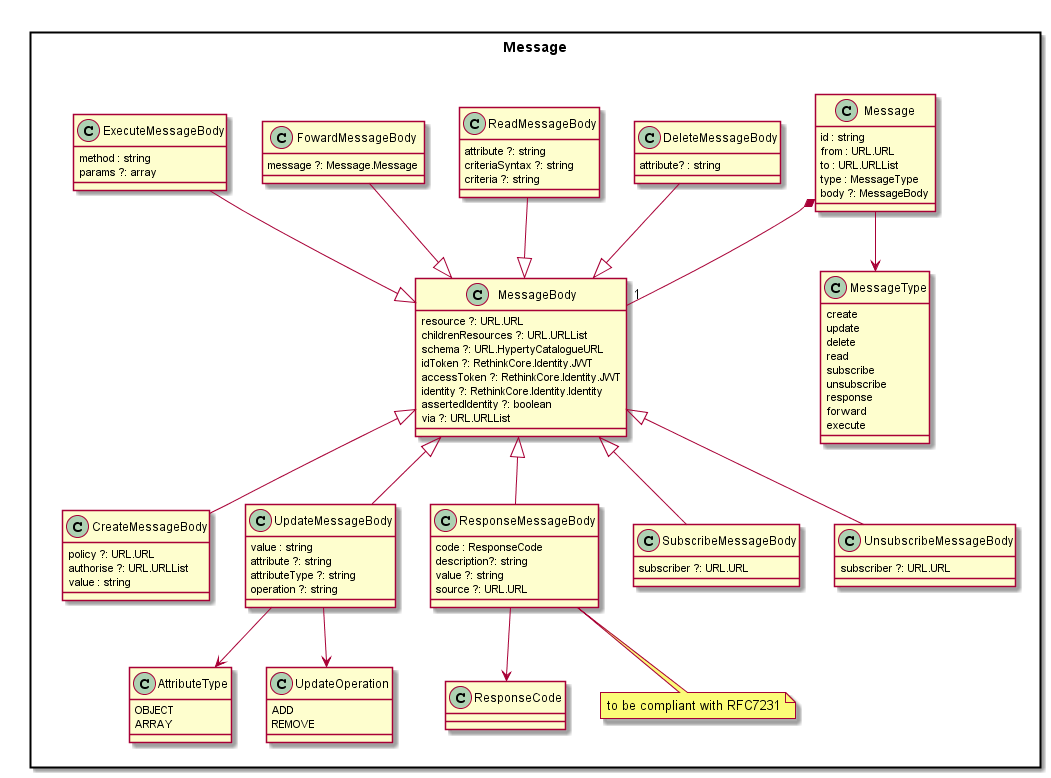
Above: docs/datamodel/Message-Data-Model.png in reTHINK-project/dev-service-framework (PlantUML), before the change.
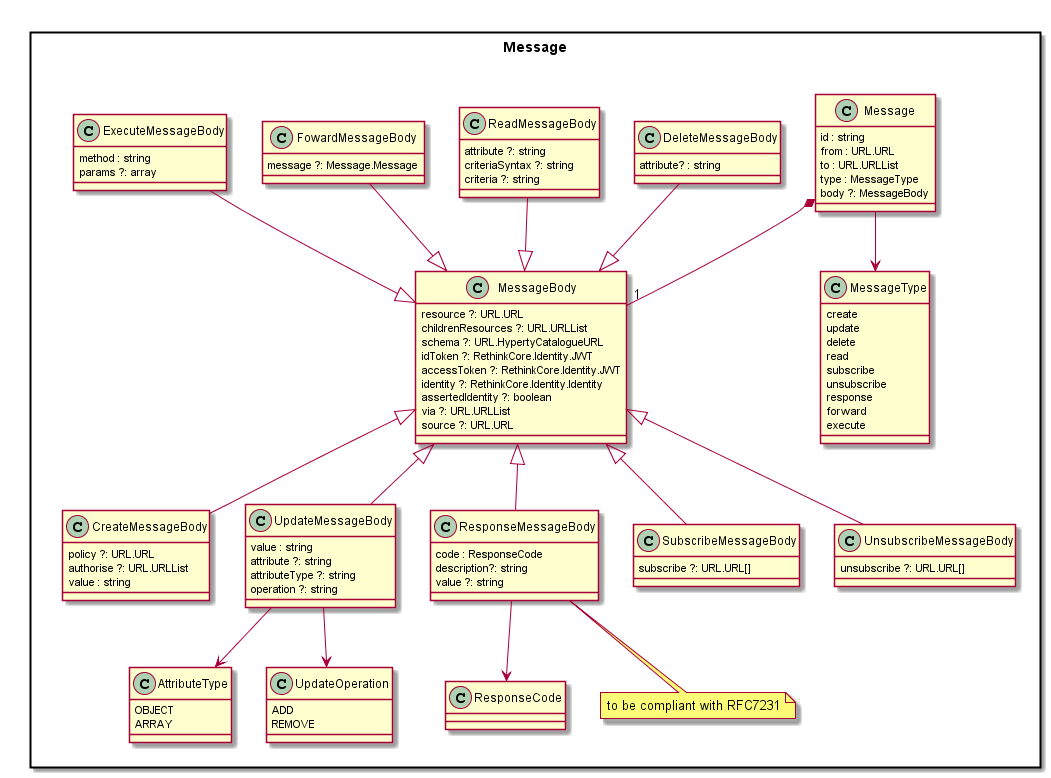
The same file after the commit.

Commit message:
Message-Data-Model update:

What changed in the source:
```diff
@@ -19,6 +19,7 @@
 		identity ?: RethinkCore.Identity.Identity
 		assertedIdentity ?: boolean
 		via ?: URL.URLList
+		source ?: URL.URL
 	}
 
 	class CreateMessageBody {
@@ -41,7 +42,6 @@
 		code : ResponseCode
 		description?: string
 		value ?: string
-		source ?: URL.URL
 	}
 	note bottom : to be compliant with RFC7231
 
@@ -56,11 +56,11 @@
 	}
 
 	class SubscribeMessageBody {
-		subscriber ?: URL.URL
+		subscribe ?: URL.URL[]
 	}
 
 	class UnsubscribeMessageBody {
-		subscriber ?: URL.URL
+		unsubscribe ?: URL.URL[]
 	}
 
 	class FowardMessageBody {
```
